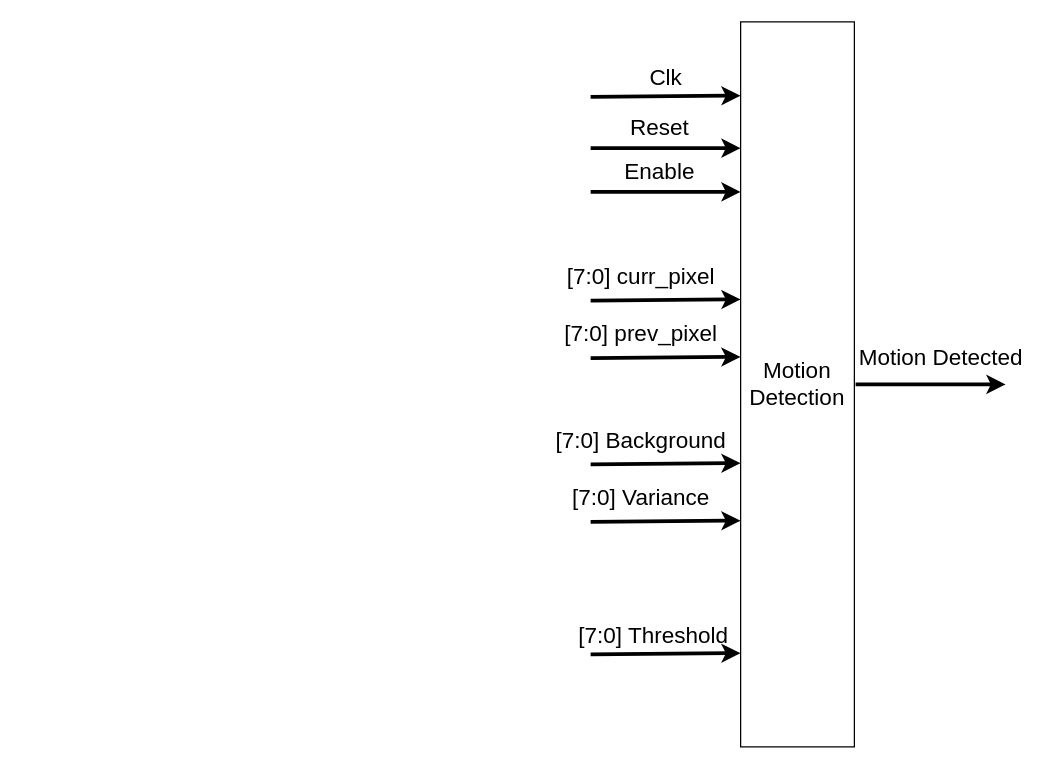
sabarioded/Hardware_for_Digital_Video_Motion_Detector keeps this draw.io diagram as drawings/Sigma_Delta_Update.drawio. Above is the earlier version. Source tidied: cells renumbered, new cells numbered last; positions are measured from the earlier drawing's top-left corner, leaving out a move shared by most shapes. Both pictures are drawn from the tidied source at 125%, with x=0, y=0 at pixel (540, 21).
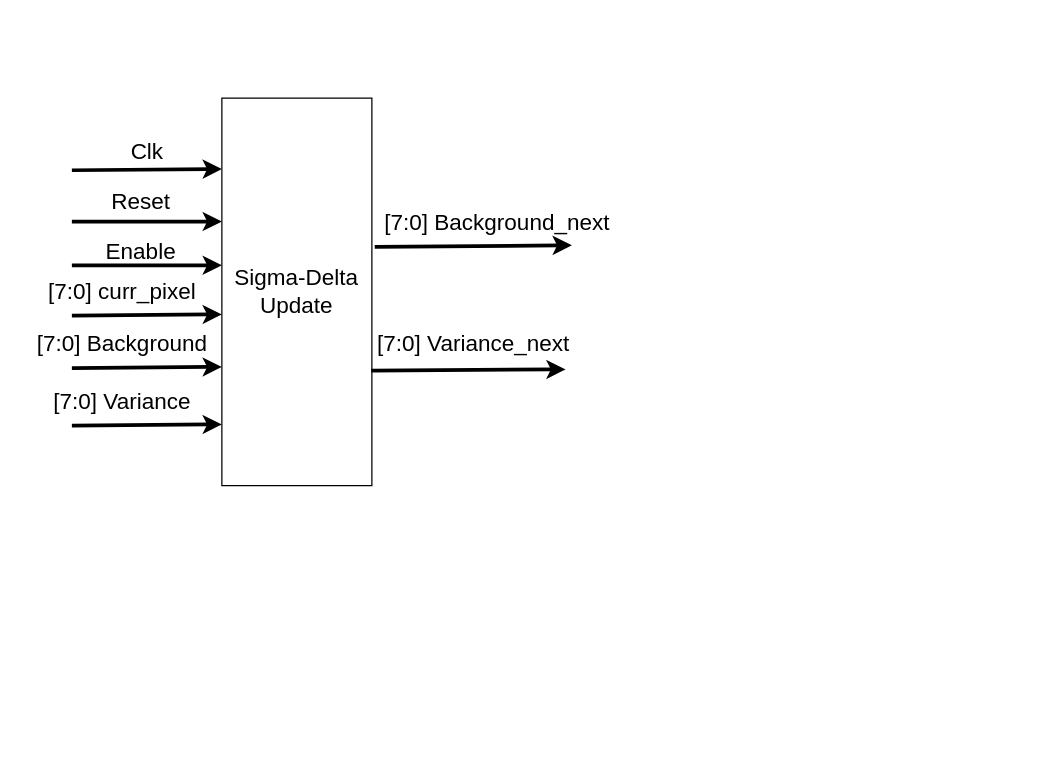
Above is the later version.

Diff of the diagram source:
```diff
@@
-    <mxCell id="2" value="&lt;font style=&quot;font-size: 18px;&quot;&gt;Motion Detection&lt;/font&gt;" style="whiteSpace=wrap;html=1;" parent="1" vertex="1">
-      <mxGeometry x="160" width="91" height="580" as="geometry" />
-    </mxCell>
-    <mxCell id="3" style="endArrow=classic;html=1;rounded=0;strokeWidth=3;" parent="1" edge="1">
-      <mxGeometry relative="1" as="geometry">
-        <mxPoint x="40" y="60" as="sourcePoint" />
-        <mxPoint x="160" y="59" as="targetPoint" />
-      </mxGeometry>
-    </mxCell>
+    <mxCell id="21" value="&lt;span style=&quot;font-size: 18px;&quot;&gt;Sigma-Delta&lt;/span&gt;&lt;div&gt;&lt;span style=&quot;font-size: 18px;&quot;&gt;Update&lt;/span&gt;&lt;/div&gt;" style="rounded=0;whiteSpace=wrap;html=1;" parent="1" vertex="1">
+      <mxGeometry x="-255" y="61" width="120" height="310" as="geometry" />
+    </mxCell>
+    <mxCell id="22" style="endArrow=classic;html=1;rounded=0;strokeWidth=3;" parent="1" edge="1">
+      <mxGeometry relative="1" as="geometry">
+        <mxPoint x="-375" y="235" as="sourcePoint" />
+        <mxPoint x="-255" y="234" as="targetPoint" />
+      </mxGeometry>
+    </mxCell>
+    <mxCell id="10" value="&lt;span style=&quot;font-size: 18px;&quot;&gt;[7:0] curr_pixel&lt;/span&gt;" style="text;html=1;align=center;verticalAlign=middle;strokeColor=none;fillColor=none;" parent="1" vertex="1">
+      <mxGeometry x="-405" y="196" width="140" height="40" as="geometry" />
+    </mxCell>
+    <mxCell id="23" style="endArrow=classic;html=1;rounded=0;strokeWidth=3;" parent="1" edge="1">
+      <mxGeometry relative="1" as="geometry">
+        <mxPoint x="-375" y="277" as="sourcePoint" />
+        <mxPoint x="-255" y="276" as="targetPoint" />
+      </mxGeometry>
+    </mxCell>
+    <mxCell id="14" value="&lt;span style=&quot;font-size: 18px;&quot;&gt;[7:0] Background&lt;/span&gt;" style="text;html=1;align=center;verticalAlign=middle;strokeColor=none;fillColor=none;" parent="1" vertex="1">
+      <mxGeometry x="-415" y="238" width="160" height="40" as="geometry" />
+    </mxCell>
+    <mxCell id="24" style="endArrow=classic;html=1;rounded=0;strokeWidth=3;" parent="1" edge="1">
+      <mxGeometry relative="1" as="geometry">
+        <mxPoint x="-375" y="323" as="sourcePoint" />
+        <mxPoint x="-255" y="322" as="targetPoint" />
+      </mxGeometry>
+    </mxCell>
+    <mxCell id="16" value="&lt;span style=&quot;font-size: 18px;&quot;&gt;[7:0] Variance&lt;/span&gt;" style="text;html=1;align=center;verticalAlign=middle;strokeColor=none;fillColor=none;" parent="1" vertex="1">
+      <mxGeometry x="-400" y="284" width="130" height="40" as="geometry" />
+    </mxCell>
+    <mxCell id="25" style="endArrow=classic;html=1;rounded=0;strokeWidth=3;" parent="1" edge="1">
+      <mxGeometry relative="1" as="geometry">
+        <mxPoint x="-375" y="118.7" as="sourcePoint" />
+        <mxPoint x="-255" y="117.7" as="targetPoint" />
+      </mxGeometry>
+    </mxCell>
     <mxCell id="4" value="&lt;font style=&quot;font-size: 18px;&quot;&gt;Clk&lt;/font&gt;" style="text;html=1;align=center;verticalAlign=middle;strokeColor=none;fillColor=none;" parent="1" vertex="1">
-      <mxGeometry x="75" y="25" width="50" height="40" as="geometry" />
+      <mxGeometry x="-340" y="83.7" width="50" height="40" as="geometry" />
     </mxCell>
-    <mxCell id="5" style="endArrow=classic;html=1;rounded=0;strokeWidth=3;" parent="1" edge="1">
-      <mxGeometry relative="1" as="geometry">
-        <mxPoint x="40" y="101" as="sourcePoint" />
-        <mxPoint x="160" y="101" as="targetPoint" />
-      </mxGeometry>
-    </mxCell>
+    <mxCell id="26" style="endArrow=classic;html=1;rounded=0;strokeWidth=3;" parent="1" edge="1">
+      <mxGeometry relative="1" as="geometry">
+        <mxPoint x="-375" y="159.7" as="sourcePoint" />
+        <mxPoint x="-255" y="159.7" as="targetPoint" />
+      </mxGeometry>
+    </mxCell>
     <mxCell id="6" value="&lt;span style=&quot;font-size: 18px;&quot;&gt;Reset&lt;/span&gt;" style="text;html=1;align=center;verticalAlign=middle;strokeColor=none;fillColor=none;" parent="1" vertex="1">
-      <mxGeometry x="60" y="65" width="70" height="40" as="geometry" />
+      <mxGeometry x="-355" y="123.7" width="70" height="40" as="geometry" />
     </mxCell>
-    <mxCell id="7" style="endArrow=classic;html=1;rounded=0;strokeWidth=3;" parent="1" edge="1">
-      <mxGeometry relative="1" as="geometry">
-        <mxPoint x="40" y="136" as="sourcePoint" />
-        <mxPoint x="160" y="136" as="targetPoint" />
-      </mxGeometry>
-    </mxCell>
+    <mxCell id="27" style="endArrow=classic;html=1;rounded=0;strokeWidth=3;" parent="1" edge="1">
+      <mxGeometry relative="1" as="geometry">
+        <mxPoint x="-375" y="194.7" as="sourcePoint" />
+        <mxPoint x="-255" y="194.7" as="targetPoint" />
+      </mxGeometry>
+    </mxCell>
     <mxCell id="8" value="&lt;span style=&quot;font-size: 18px;&quot;&gt;Enable&lt;/span&gt;" style="text;html=1;align=center;verticalAlign=middle;strokeColor=none;fillColor=none;" parent="1" vertex="1">
-      <mxGeometry x="55" y="100" width="80" height="40" as="geometry" />
+      <mxGeometry x="-360" y="163.7" width="80" height="40" as="geometry" />
     </mxCell>
-    <mxCell id="9" style="endArrow=classic;html=1;rounded=0;strokeWidth=3;" parent="1" edge="1">
-      <mxGeometry relative="1" as="geometry">
-        <mxPoint x="40" y="223" as="sourcePoint" />
-        <mxPoint x="160" y="222" as="targetPoint" />
-      </mxGeometry>
-    </mxCell>
-    <mxCell id="10" value="&lt;span style=&quot;font-size: 18px;&quot;&gt;[7:0] curr_pixel&lt;/span&gt;" style="text;html=1;align=center;verticalAlign=middle;strokeColor=none;fillColor=none;" parent="1" vertex="1">
-      <mxGeometry x="10" y="184" width="140" height="40" as="geometry" />
-    </mxCell>
-    <mxCell id="11" style="endArrow=classic;html=1;rounded=0;strokeWidth=3;" parent="1" edge="1">
-      <mxGeometry relative="1" as="geometry">
-        <mxPoint x="40" y="269" as="sourcePoint" />
-        <mxPoint x="160" y="268" as="targetPoint" />
-      </mxGeometry>
-    </mxCell>
-    <mxCell id="12" value="&lt;span style=&quot;font-size: 18px;&quot;&gt;[7:0] prev_pixel&lt;/span&gt;" style="text;html=1;align=center;verticalAlign=middle;strokeColor=none;fillColor=none;" parent="1" vertex="1">
-      <mxGeometry x="5" y="230" width="150" height="40" as="geometry" />
-    </mxCell>
-    <mxCell id="13" style="endArrow=classic;html=1;rounded=0;strokeWidth=3;" parent="1" edge="1">
-      <mxGeometry relative="1" as="geometry">
-        <mxPoint x="40" y="354" as="sourcePoint" />
-        <mxPoint x="160" y="353" as="targetPoint" />
-      </mxGeometry>
-    </mxCell>
-    <mxCell id="14" value="&lt;span style=&quot;font-size: 18px;&quot;&gt;[7:0] Background&lt;/span&gt;" style="text;html=1;align=center;verticalAlign=middle;strokeColor=none;fillColor=none;" parent="1" vertex="1">
-      <mxGeometry y="315" width="160" height="40" as="geometry" />
-    </mxCell>
-    <mxCell id="15" style="endArrow=classic;html=1;rounded=0;strokeWidth=3;" parent="1" edge="1">
-      <mxGeometry relative="1" as="geometry">
-        <mxPoint x="40" y="400" as="sourcePoint" />
-        <mxPoint x="160" y="399" as="targetPoint" />
-      </mxGeometry>
-    </mxCell>
-    <mxCell id="16" value="&lt;span style=&quot;font-size: 18px;&quot;&gt;[7:0] Variance&lt;/span&gt;" style="text;html=1;align=center;verticalAlign=middle;strokeColor=none;fillColor=none;" parent="1" vertex="1">
-      <mxGeometry x="15" y="361" width="130" height="40" as="geometry" />
-    </mxCell>
-    <mxCell id="17" style="endArrow=classic;html=1;rounded=0;strokeWidth=3;" parent="1" edge="1">
-      <mxGeometry relative="1" as="geometry">
-        <mxPoint x="40" y="506" as="sourcePoint" />
-        <mxPoint x="160" y="505" as="targetPoint" />
-      </mxGeometry>
-    </mxCell>
-    <mxCell id="18" value="&lt;font style=&quot;font-size: 18px;&quot;&gt;[7:0] Threshold&lt;/font&gt;" style="text;html=1;align=center;verticalAlign=middle;strokeColor=none;fillColor=none;" parent="1" vertex="1">
-      <mxGeometry x="20" y="471" width="140" height="40" as="geometry" />
-    </mxCell>
-    <mxCell id="19" style="endArrow=classic;html=1;rounded=0;strokeWidth=3;" parent="1" edge="1">
-      <mxGeometry relative="1" as="geometry">
-        <mxPoint x="252" y="290" as="sourcePoint" />
-        <mxPoint x="372" y="290" as="targetPoint" />
-      </mxGeometry>
-    </mxCell>
-    <mxCell id="20" value="&lt;font style=&quot;font-size: 18px;&quot;&gt;Motion Detected&lt;/font&gt;" style="text;html=1;align=center;verticalAlign=middle;strokeColor=none;fillColor=none;" parent="1" vertex="1">
-      <mxGeometry x="245" y="249" width="150" height="40" as="geometry" />
-    </mxCell>
+    <mxCell id="28" style="endArrow=classic;html=1;rounded=0;strokeWidth=3;exitX=1.019;exitY=0.384;exitDx=0;exitDy=0;exitPerimeter=0;" parent="1" edge="1" source="21">
+      <mxGeometry relative="1" as="geometry">
+        <mxPoint x="25" y="178.7" as="targetPoint" />
+      </mxGeometry>
+    </mxCell>
+    <mxCell id="29" value="&lt;span style=&quot;font-size: 18px;&quot;&gt;[7:0] Background_next&lt;/span&gt;" style="text;html=1;align=center;verticalAlign=middle;strokeColor=none;fillColor=none;" parent="1" vertex="1">
+      <mxGeometry x="-135" y="141" width="200" height="40" as="geometry" />
+    </mxCell>
+    <mxCell id="30" style="endArrow=classic;html=1;rounded=0;strokeWidth=3;exitX=0.996;exitY=0.703;exitDx=0;exitDy=0;exitPerimeter=0;" parent="1" edge="1" source="21">
+      <mxGeometry relative="1" as="geometry">
+        <mxPoint x="20" y="278" as="targetPoint" />
+      </mxGeometry>
+    </mxCell>
+    <mxCell id="31" value="&lt;span style=&quot;font-size: 18px;&quot;&gt;[7:0] Variance_next&lt;/span&gt;" style="text;html=1;align=center;verticalAlign=middle;strokeColor=none;fillColor=none;" parent="1" vertex="1">
+      <mxGeometry x="-144" y="238" width="180" height="40" as="geometry" />
+    </mxCell>
```
